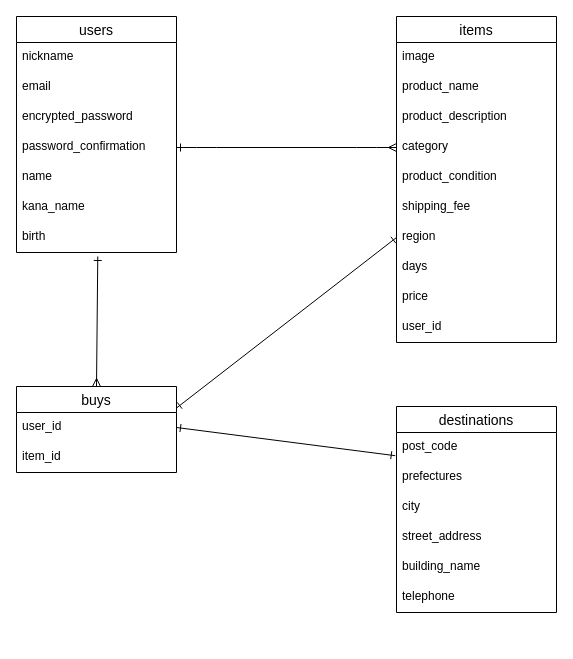
Earlier version of the draw.io diagram page "ページ1" (1 of 2) of app/test.dio (issei-530/furima-41643). Source tidied: cells renumbered, new cells numbered last; positions are measured from the earlier drawing's top-left corner, leaving out a move shared by most shapes. Both pictures are drawn from the tidied source at 100%, with x=0, y=0 at pixel (16, 16).
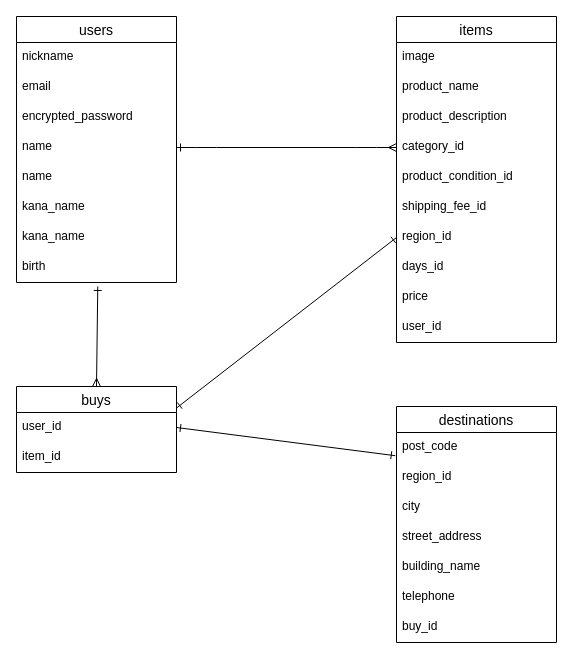
The same diagram, later.

Unchanged cells that the change refers to:
```xml
<mxCell id="10" value="items" style="swimlane;fontStyle=0;horizontal=1;startSize=26;align=center;fontSize=14;" parent="1" vertex="1">
  <mxGeometry x="380" width="160" height="326" as="geometry" />
</mxCell>
```

Change to the diagram source:
```diff
@@
     <mxCell id="2" value="users" style="swimlane;fontStyle=0;horizontal=1;startSize=26;align=center;fontSize=14;" parent="1" vertex="1">
-      <mxGeometry width="160" height="236" as="geometry" />
+      <mxGeometry width="160" height="266" as="geometry" />
     </mxCell>
@@
-    <mxCell id="6" value="password_confirmation" style="text;strokeColor=none;fillColor=none;spacingLeft=4;spacingRight=4;overflow=hidden;points=[[0,0.5],[1,0.5]];portConstraint=eastwest;fontSize=12;" parent="2" vertex="1">
-      <mxGeometry y="116" width="160" height="30" as="geometry" />
-    </mxCell>
     <mxCell id="7" value="name" style="text;strokeColor=none;fillColor=none;spacingLeft=4;spacingRight=4;overflow=hidden;fontSize=12;" parent="2" vertex="1">
-      <mxGeometry y="146" width="160" height="30" as="geometry" />
+      <mxGeometry y="116" width="160" height="30" as="geometry" />
     </mxCell>
+    <mxCell id="35" value="name" style="text;strokeColor=none;fillColor=none;spacingLeft=4;spacingRight=4;overflow=hidden;fontSize=12;" parent="2" vertex="1">
+      <mxGeometry y="146" width="160" height="30" as="geometry" />
+    </mxCell>
+    <mxCell id="36" value="kana_name" style="text;strokeColor=none;fillColor=none;spacingLeft=4;spacingRight=4;overflow=hidden;fontSize=12;" parent="2" vertex="1">
+      <mxGeometry y="176" width="160" height="30" as="geometry" />
+    </mxCell>
     <mxCell id="8" value="kana_name" style="text;strokeColor=none;fillColor=none;spacingLeft=4;spacingRight=4;overflow=hidden;fontSize=12;" parent="2" vertex="1">
-      <mxGeometry y="176" width="160" height="30" as="geometry" />
+      <mxGeometry y="206" width="160" height="30" as="geometry" />
     </mxCell>
     <mxCell id="9" value="birth" style="text;strokeColor=none;fillColor=none;spacingLeft=4;spacingRight=4;overflow=hidden;points=[[0,0.5],[1,0.5]];portConstraint=eastwest;fontSize=12;" parent="2" vertex="1">
-      <mxGeometry y="206" width="160" height="30" as="geometry" />
+      <mxGeometry y="236" width="160" height="30" as="geometry" />
     </mxCell>
@@
-    <mxCell id="14" value="category" style="text;strokeColor=none;fillColor=none;spacingLeft=4;spacingRight=4;overflow=hidden;points=[[0,0.5],[1,0.5]];portConstraint=eastwest;fontSize=12;" parent="10" vertex="1">
+    <mxCell id="14" value="category_id" style="text;strokeColor=none;fillColor=none;spacingLeft=4;spacingRight=4;overflow=hidden;points=[[0,0.5],[1,0.5]];portConstraint=eastwest;fontSize=12;" parent="10" vertex="1">
       <mxGeometry y="116" width="160" height="30" as="geometry" />
     </mxCell>
-    <mxCell id="15" value="product_condition" style="text;strokeColor=none;fillColor=none;spacingLeft=4;spacingRight=4;overflow=hidden;fontSize=12;" parent="10" vertex="1">
+    <mxCell id="15" value="product_condition_id" style="text;strokeColor=none;fillColor=none;spacingLeft=4;spacingRight=4;overflow=hidden;fontSize=12;" parent="10" vertex="1">
       <mxGeometry y="146" width="160" height="30" as="geometry" />
     </mxCell>
-    <mxCell id="16" value="shipping_fee" style="text;strokeColor=none;fillColor=none;spacingLeft=4;spacingRight=4;overflow=hidden;fontSize=12;" parent="10" vertex="1">
+    <mxCell id="16" value="shipping_fee_id" style="text;strokeColor=none;fillColor=none;spacingLeft=4;spacingRight=4;overflow=hidden;fontSize=12;" parent="10" vertex="1">
       <mxGeometry y="176" width="160" height="30" as="geometry" />
     </mxCell>
-    <mxCell id="17" value="region" style="text;strokeColor=none;fillColor=none;spacingLeft=4;spacingRight=4;overflow=hidden;points=[[0,0.5],[1,0.5]];portConstraint=eastwest;fontSize=12;" parent="10" vertex="1">
+    <mxCell id="17" value="region_id" style="text;strokeColor=none;fillColor=none;spacingLeft=4;spacingRight=4;overflow=hidden;points=[[0,0.5],[1,0.5]];portConstraint=eastwest;fontSize=12;" parent="10" vertex="1">
       <mxGeometry y="206" width="160" height="30" as="geometry" />
     </mxCell>
-    <mxCell id="18" value="days" style="text;strokeColor=none;fillColor=none;spacingLeft=4;spacingRight=4;overflow=hidden;fontSize=12;" parent="10" vertex="1">
+    <mxCell id="18" value="days_id" style="text;strokeColor=none;fillColor=none;spacingLeft=4;spacingRight=4;overflow=hidden;fontSize=12;" parent="10" vertex="1">
       <mxGeometry y="236" width="160" height="30" as="geometry" />
     </mxCell>
@@
     <mxCell id="24" value="destinations" style="swimlane;fontStyle=0;horizontal=1;startSize=26;align=center;fontSize=14;" parent="1" vertex="1">
-      <mxGeometry x="380" y="390" width="160" height="206" as="geometry" />
+      <mxGeometry x="380" y="390" width="160" height="236" as="geometry" />
     </mxCell>
@@
-    <mxCell id="26" value="prefectures" style="text;strokeColor=none;fillColor=none;spacingLeft=4;spacingRight=4;overflow=hidden;fontSize=12;" parent="24" vertex="1">
+    <mxCell id="26" value="region_id" style="text;strokeColor=none;fillColor=none;spacingLeft=4;spacingRight=4;overflow=hidden;fontSize=12;" parent="24" vertex="1">
       <mxGeometry y="56" width="160" height="30" as="geometry" />
     </mxCell>
@@
+    <mxCell id="37" value="buy_id" style="text;strokeColor=none;fillColor=none;spacingLeft=4;spacingRight=4;overflow=hidden;fontSize=12;" parent="24" vertex="1">
+      <mxGeometry y="206" width="160" height="30" as="geometry" />
+    </mxCell>
-    <mxCell id="31" style="edgeStyle=entityRelationEdgeStyle;fontSize=12;html=1;endArrow=ERmany;startArrow=ERone;exitX=1;exitY=0.5;exitDx=0;exitDy=0;entryX=0;entryY=0.5;entryDx=0;entryDy=0;endFill=0;startFill=0;" parent="1" edge="1" source="6" target="14">
-      <mxGeometry relative="1" as="geometry" />
+    <mxCell id="31" style="edgeStyle=entityRelationEdgeStyle;fontSize=12;html=1;endArrow=ERmany;startArrow=ERone;exitX=1;exitY=0.5;exitDx=0;exitDy=0;entryX=0;entryY=0.5;entryDx=0;entryDy=0;endFill=0;startFill=0;" parent="1" edge="1" target="14">
+      <mxGeometry relative="1" as="geometry">
+        <mxPoint x="160" y="131" as="sourcePoint" />
+      </mxGeometry>
     </mxCell>
```
